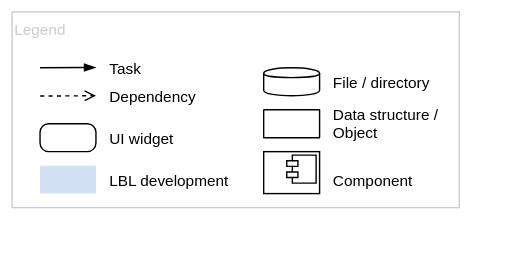
lbl-srg/ctrl-flow keeps this draw.io diagram as specification/source/img/linkage_architecture_legend.svg. Above is the earlier version. Source tidied: cells renumbered, new cells last; positions are measured from the earlier drawing's top-left corner, leaving out a move shared by most shapes. Its diagram source:
```xml
<mxGraphModel>
  <root>
    <mxCell id="0" />
    <mxCell id="1" parent="0" />
    <mxCell id="2" value="Legend" style="rounded=0;whiteSpace=wrap;html=1;strokeColor=#CCCCCC;fillColor=none;fontSize=11;align=left;verticalAlign=top;fontColor=#CCCCCC;" parent="1" vertex="1">
      <mxGeometry width="320" height="140" as="geometry" />
    </mxCell>
    <mxCell id="3" style="edgeStyle=elbowEdgeStyle;rounded=0;orthogonalLoop=1;jettySize=auto;html=1;entryX=1;entryY=0.5;entryDx=0;entryDy=0;endArrow=open;endFill=0;dashed=1;jumpStyle=gap;fontSize=11;elbow=vertical;labelPosition=right;verticalLabelPosition=middle;align=left;verticalAlign=middle;" parent="1" edge="1">
      <mxGeometry x="1" y="-10" relative="1" as="geometry">
        <mxPoint x="20.1" y="60.2" as="sourcePoint" />
        <mxPoint x="60" y="60" as="targetPoint" />
      </mxGeometry>
    </mxCell>
    <mxCell id="4" style="edgeStyle=elbowEdgeStyle;rounded=0;orthogonalLoop=1;jettySize=auto;html=1;entryX=1;entryY=0.5;entryDx=0;entryDy=0;endArrow=blockThin;endFill=1;jumpStyle=gap;fontSize=11;elbow=vertical;labelPosition=right;verticalLabelPosition=middle;align=left;verticalAlign=middle;" parent="1" edge="1">
      <mxGeometry x="1" y="-10" relative="1" as="geometry">
        <mxPoint x="20" y="40" as="sourcePoint" />
        <mxPoint x="59.9" y="39.8" as="targetPoint" />
      </mxGeometry>
    </mxCell>
    <mxCell id="5" style="rounded=1;whiteSpace=wrap;html=1;fillColor=#ffffff;fontSize=11;align=center;arcSize=31;" parent="1" vertex="1">
      <mxGeometry x="20" y="80" width="40" height="20" as="geometry" />
    </mxCell>
    <mxCell id="6" value="UI widget" style="text;html=1;align=left;verticalAlign=middle;spacingTop=0;fontSize=11;spacing=0;" parent="1" vertex="1">
      <mxGeometry x="70" y="80" width="70" height="20" as="geometry" />
    </mxCell>
    <mxCell id="7" value="Dependency" style="text;html=1;align=left;verticalAlign=middle;spacingTop=0;fontSize=11;spacing=0;" parent="1" vertex="1">
      <mxGeometry x="70" y="50" width="80" height="20" as="geometry" />
    </mxCell>
    <mxCell id="8" value="Task" style="text;html=1;align=left;verticalAlign=middle;spacingTop=0;fontSize=11;spacing=0;" parent="1" vertex="1">
      <mxGeometry x="70" y="30" width="40" height="20" as="geometry" />
    </mxCell>
    <mxCell id="9" style="rounded=1;whiteSpace=wrap;html=1;fillColor=#D4E1F5;fontSize=11;align=center;strokeColor=none;arcSize=1;" parent="1" vertex="1">
      <mxGeometry x="20" y="110" width="40" height="20" as="geometry" />
    </mxCell>
    <mxCell id="10" value="LBL development" style="text;html=1;align=left;verticalAlign=middle;spacingTop=0;fontSize=11;spacing=0;" parent="1" vertex="1">
      <mxGeometry x="70" y="110" width="100" height="20" as="geometry" />
    </mxCell>
    <mxCell id="11" style="html=1;verticalAlign=bottom;align=left;fontSize=11;" parent="1" vertex="1">
      <mxGeometry x="180" y="100" width="40" height="30" as="geometry" />
    </mxCell>
    <mxCell id="12" style="shape=component;jettyWidth=8;jettyHeight=4;fontSize=11;" parent="11" vertex="1">
      <mxGeometry x="1" width="21" height="20" relative="1" as="geometry">
        <mxPoint x="-23.5" y="2.5" as="offset" />
      </mxGeometry>
    </mxCell>
    <mxCell id="13" value="Component" style="text;html=1;align=left;verticalAlign=middle;spacingTop=0;fontSize=11;spacing=0;" parent="1" vertex="1">
      <mxGeometry x="230" y="110" width="70" height="20" as="geometry" />
    </mxCell>
    <mxCell id="14" style="shape=cylinder;whiteSpace=wrap;html=1;boundedLbl=1;backgroundOutline=1;fontSize=11;" parent="1" vertex="1">
      <mxGeometry x="180" y="40" width="40" height="20" as="geometry" />
    </mxCell>
    <mxCell id="15" value="File / directory" style="text;html=1;align=left;verticalAlign=middle;spacingTop=0;fontSize=11;spacing=0;" parent="1" vertex="1">
      <mxGeometry x="230" y="40" width="80" height="20" as="geometry" />
    </mxCell>
    <mxCell id="16" style="rounded=1;whiteSpace=wrap;html=1;fillColor=#ffffff;fontSize=11;align=center;arcSize=1;" parent="1" vertex="1">
      <mxGeometry x="180" y="70" width="40" height="20" as="geometry" />
    </mxCell>
    <mxCell id="17" value="Data structure /&lt;br&gt;Object" style="text;html=1;points=[];align=left;verticalAlign=middle;spacingTop=0;fontSize=11;spacing=0;" parent="1" vertex="1">
      <mxGeometry x="230" y="65" width="90" height="30" as="geometry" />
    </mxCell>
  </root>
</mxGraphModel>
```
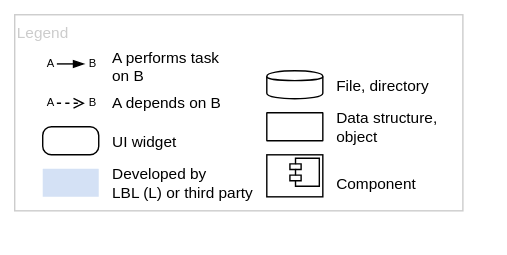
The same file after the commit.

The edit, as a diff of the source:
```diff
@@ -5,58 +5,70 @@
     <mxCell id="2" value="Legend" style="rounded=0;whiteSpace=wrap;html=1;strokeColor=#CCCCCC;fillColor=none;fontSize=11;align=left;verticalAlign=top;fontColor=#CCCCCC;" parent="1" vertex="1">
       <mxGeometry width="320" height="140" as="geometry" />
     </mxCell>
-    <mxCell id="3" style="edgeStyle=elbowEdgeStyle;rounded=0;orthogonalLoop=1;jettySize=auto;html=1;entryX=1;entryY=0.5;entryDx=0;entryDy=0;endArrow=open;endFill=0;dashed=1;jumpStyle=gap;fontSize=11;elbow=vertical;labelPosition=right;verticalLabelPosition=middle;align=left;verticalAlign=middle;" parent="1" edge="1">
-      <mxGeometry x="1" y="-10" relative="1" as="geometry">
-        <mxPoint x="20.1" y="60.2" as="sourcePoint" />
-        <mxPoint x="60" y="60" as="targetPoint" />
-      </mxGeometry>
+    <mxCell id="3" style="rounded=1;whiteSpace=wrap;html=1;fillColor=#ffffff;fontSize=11;align=center;arcSize=31;" parent="1" vertex="1">
+      <mxGeometry x="20" y="80" width="40" height="20" as="geometry" />
     </mxCell>
-    <mxCell id="4" style="edgeStyle=elbowEdgeStyle;rounded=0;orthogonalLoop=1;jettySize=auto;html=1;entryX=1;entryY=0.5;entryDx=0;entryDy=0;endArrow=blockThin;endFill=1;jumpStyle=gap;fontSize=11;elbow=vertical;labelPosition=right;verticalLabelPosition=middle;align=left;verticalAlign=middle;" parent="1" edge="1">
-      <mxGeometry x="1" y="-10" relative="1" as="geometry">
-        <mxPoint x="20" y="40" as="sourcePoint" />
-        <mxPoint x="59.9" y="39.8" as="targetPoint" />
-      </mxGeometry>
+    <mxCell id="4" value="UI widget" style="text;html=1;align=left;verticalAlign=middle;spacingTop=0;fontSize=11;spacing=0;" parent="1" vertex="1">
+      <mxGeometry x="70" y="80" width="70" height="20" as="geometry" />
     </mxCell>
-    <mxCell id="5" style="rounded=1;whiteSpace=wrap;html=1;fillColor=#ffffff;fontSize=11;align=center;arcSize=31;" parent="1" vertex="1">
-      <mxGeometry x="20" y="80" width="40" height="20" as="geometry" />
+    <mxCell id="5" value="A depends on B" style="text;html=1;align=left;verticalAlign=middle;spacingTop=0;fontSize=11;spacing=0;" parent="1" vertex="1">
+      <mxGeometry x="70" y="52" width="90" height="20" as="geometry" />
     </mxCell>
-    <mxCell id="6" value="UI widget" style="text;html=1;align=left;verticalAlign=middle;spacingTop=0;fontSize=11;spacing=0;" parent="1" vertex="1">
-      <mxGeometry x="70" y="80" width="70" height="20" as="geometry" />
+    <mxCell id="6" value="A performs task&lt;br&gt;on B" style="text;html=1;align=left;verticalAlign=middle;spacingTop=0;fontSize=11;spacing=0;" parent="1" vertex="1">
+      <mxGeometry x="70" y="22" width="90" height="30" as="geometry" />
     </mxCell>
-    <mxCell id="7" value="Dependency" style="text;html=1;align=left;verticalAlign=middle;spacingTop=0;fontSize=11;spacing=0;" parent="1" vertex="1">
-      <mxGeometry x="70" y="50" width="80" height="20" as="geometry" />
+    <mxCell id="7" style="rounded=1;whiteSpace=wrap;html=1;fillColor=#D4E1F5;fontSize=11;align=center;strokeColor=none;arcSize=1;" parent="1" vertex="1">
+      <mxGeometry x="20" y="110" width="40" height="20" as="geometry" />
     </mxCell>
-    <mxCell id="8" value="Task" style="text;html=1;align=left;verticalAlign=middle;spacingTop=0;fontSize=11;spacing=0;" parent="1" vertex="1">
-      <mxGeometry x="70" y="30" width="40" height="20" as="geometry" />
+    <mxCell id="8" value="Developed by &lt;br&gt;LBL (L) or third party" style="text;html=1;align=left;verticalAlign=middle;spacingTop=0;fontSize=11;spacing=0;" parent="1" vertex="1">
+      <mxGeometry x="70" y="105" width="120" height="30" as="geometry" />
     </mxCell>
-    <mxCell id="9" style="rounded=1;whiteSpace=wrap;html=1;fillColor=#D4E1F5;fontSize=11;align=center;strokeColor=none;arcSize=1;" parent="1" vertex="1">
-      <mxGeometry x="20" y="110" width="40" height="20" as="geometry" />
+    <mxCell id="9" style="html=1;verticalAlign=bottom;align=left;fontSize=11;" parent="1" vertex="1">
+      <mxGeometry x="180" y="100" width="40" height="30" as="geometry" />
     </mxCell>
-    <mxCell id="10" value="LBL development" style="text;html=1;align=left;verticalAlign=middle;spacingTop=0;fontSize=11;spacing=0;" parent="1" vertex="1">
-      <mxGeometry x="70" y="110" width="100" height="20" as="geometry" />
+    <mxCell id="10" style="shape=component;jettyWidth=8;jettyHeight=4;fontSize=11;" parent="9" vertex="1">
+      <mxGeometry x="1" width="21" height="20" relative="1" as="geometry">
+        <mxPoint x="-23.5" y="2.5" as="offset" />
+      </mxGeometry>
     </mxCell>
-    <mxCell id="11" style="html=1;verticalAlign=bottom;align=left;fontSize=11;" parent="1" vertex="1">
-      <mxGeometry x="180" y="100" width="40" height="30" as="geometry" />
+    <mxCell id="11" value="Component" style="text;html=1;align=left;verticalAlign=middle;spacingTop=0;fontSize=11;spacing=0;" parent="1" vertex="1">
+      <mxGeometry x="230" y="110" width="70" height="20" as="geometry" />
     </mxCell>
-    <mxCell id="12" style="shape=component;jettyWidth=8;jettyHeight=4;fontSize=11;" parent="11" vertex="1">
-      <mxGeometry x="1" width="21" height="20" relative="1" as="geometry">
-        <mxPoint x="-23.5" y="2.5" as="offset" />
-      </mxGeometry>
+    <mxCell id="12" style="shape=cylinder;whiteSpace=wrap;html=1;boundedLbl=1;backgroundOutline=1;fontSize=11;" parent="1" vertex="1">
+      <mxGeometry x="180" y="40" width="40" height="20" as="geometry" />
     </mxCell>
-    <mxCell id="13" value="Component" style="text;html=1;align=left;verticalAlign=middle;spacingTop=0;fontSize=11;spacing=0;" parent="1" vertex="1">
-      <mxGeometry x="230" y="110" width="70" height="20" as="geometry" />
+    <mxCell id="13" value="File, directory" style="text;html=1;align=left;verticalAlign=middle;spacingTop=0;fontSize=11;spacing=0;" parent="1" vertex="1">
+      <mxGeometry x="230" y="40" width="80" height="20" as="geometry" />
     </mxCell>
-    <mxCell id="14" style="shape=cylinder;whiteSpace=wrap;html=1;boundedLbl=1;backgroundOutline=1;fontSize=11;" parent="1" vertex="1">
-      <mxGeometry x="180" y="40" width="40" height="20" as="geometry" />
+    <mxCell id="14" style="rounded=1;whiteSpace=wrap;html=1;fillColor=#ffffff;fontSize=11;align=center;arcSize=1;" parent="1" vertex="1">
+      <mxGeometry x="180" y="70" width="40" height="20" as="geometry" />
     </mxCell>
-    <mxCell id="15" value="File / directory" style="text;html=1;align=left;verticalAlign=middle;spacingTop=0;fontSize=11;spacing=0;" parent="1" vertex="1">
-      <mxGeometry x="230" y="40" width="80" height="20" as="geometry" />
+    <mxCell id="15" value="Data structure,&lt;br&gt;object" style="text;html=1;align=left;verticalAlign=middle;spacingTop=0;fontSize=11;spacing=0;" parent="1" vertex="1">
+      <mxGeometry x="230" y="65" width="90" height="30" as="geometry" />
     </mxCell>
-    <mxCell id="16" style="rounded=1;whiteSpace=wrap;html=1;fillColor=#ffffff;fontSize=11;align=center;arcSize=1;" parent="1" vertex="1">
-      <mxGeometry x="180" y="70" width="40" height="20" as="geometry" />
+    <mxCell id="16" style="group;" parent="1" vertex="1">
+      <mxGeometry x="20" y="58" width="40" height="10" as="geometry" />
     </mxCell>
-    <mxCell id="17" value="Data structure /&lt;br&gt;Object" style="text;html=1;points=[];align=left;verticalAlign=middle;spacingTop=0;fontSize=11;spacing=0;" parent="1" vertex="1">
-      <mxGeometry x="230" y="65" width="90" height="30" as="geometry" />
+    <mxCell id="17" value="A" style="whiteSpace=wrap;html=1;fillColor=none;fontSize=8;align=center;spacing=0;strokeColor=none;" parent="16" vertex="1">
+      <mxGeometry width="10" height="10" as="geometry" />
     </mxCell>
+    <mxCell id="18" value="B" style="whiteSpace=wrap;html=1;fillColor=none;fontSize=8;align=center;spacing=0;strokeColor=none;" parent="16" vertex="1">
+      <mxGeometry x="30" width="10" height="10" as="geometry" />
+    </mxCell>
+    <mxCell id="19" style="edgeStyle=elbowEdgeStyle;rounded=0;jettySize=auto;html=1;endArrow=open;endFill=0;dashed=1;jumpStyle=gap;fontSize=11;elbow=vertical;labelPosition=right;verticalLabelPosition=middle;align=left;verticalAlign=middle;exitX=1;exitY=0.5;exitDx=0;exitDy=0;entryX=0;entryY=0.5;entryDx=0;entryDy=0;" parent="16" edge="1" source="17" target="18">
+      <mxGeometry x="1" y="-10" relative="1" as="geometry" />
+    </mxCell>
+    <mxCell id="20" style="group;" parent="1" vertex="1">
+      <mxGeometry x="20" y="30" width="40" height="10" as="geometry" />
+    </mxCell>
+    <mxCell id="21" value="A" style="whiteSpace=wrap;html=1;fillColor=none;fontSize=8;align=center;spacing=0;strokeColor=none;" parent="20" vertex="1">
+      <mxGeometry width="10" height="10" as="geometry" />
+    </mxCell>
+    <mxCell id="22" value="B" style="whiteSpace=wrap;html=1;fillColor=none;fontSize=8;align=center;spacing=0;strokeColor=none;" parent="20" vertex="1">
+      <mxGeometry x="30" width="10" height="10" as="geometry" />
+    </mxCell>
+    <mxCell id="23" style="edgeStyle=elbowEdgeStyle;rounded=0;jettySize=auto;html=1;endArrow=blockThin;endFill=1;jumpStyle=gap;fontSize=11;elbow=vertical;labelPosition=right;verticalLabelPosition=middle;align=left;verticalAlign=middle;entryX=0;entryY=0.5;entryDx=0;entryDy=0;exitX=1;exitY=0.5;exitDx=0;exitDy=0;" parent="20" edge="1" source="21" target="22">
+      <mxGeometry x="1" y="-10" relative="1" as="geometry" />
+    </mxCell>
   </root>
 </mxGraphModel>
```
